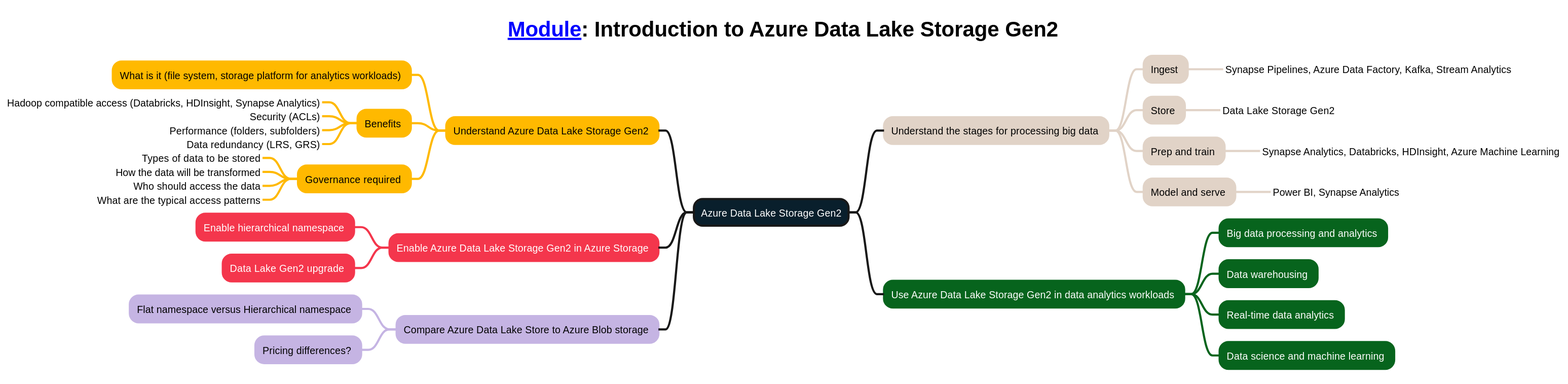
The PlantUML diagram mindmaps/02-Introduction to Azure Data Lake Storage Gen2.svg in weslbo/dp-203, before a commit.
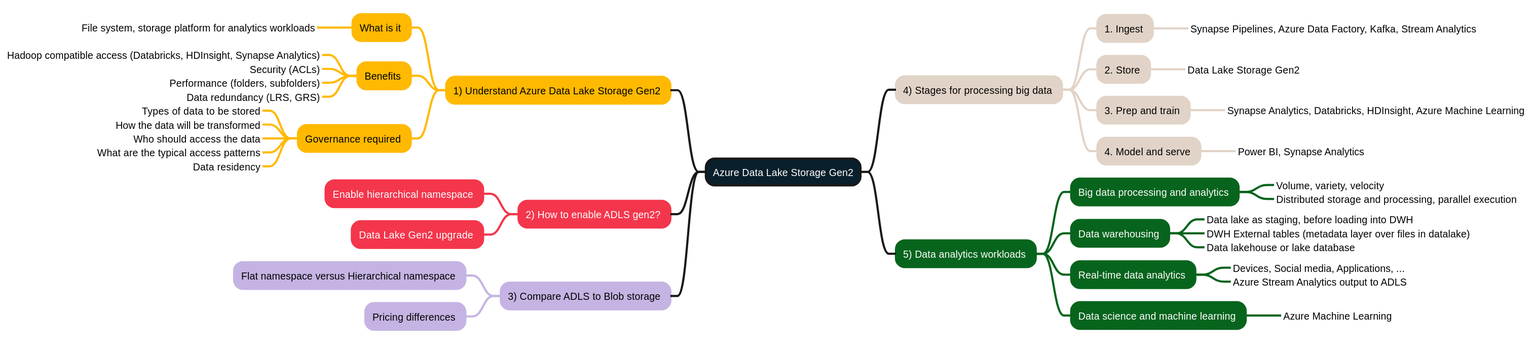
The same diagram one commit later.

Diff of the diagram source:
```diff
@@ -1,51 +1,46 @@
 @startmindmap
 <style>
-title {
-        FontSize 30
-        FontColor #000000
-    }
-mindmapDiagram {
-    :depth(0) {
-        BackgroundColor #091f2c
-        FontColor #ffffff
-        LineThickness 3.0
-    }
-    .topic1 {
-        BackgroundColor #ffb900
-        LineColor #ffb900
-        LineThickness 3.0
-        FontColor #000000
-    }
-    .topic2 {
-        BackgroundColor #f4364c
-        LineColor #f4364c
-        LineThickness 3.0
-        FontColor #ffffff
-    }
-    .topic3 {
-        BackgroundColor #c5b4e3
-        LineColor #c5b4e3
-        LineThickness 3.0
-        FontColor #000000
-    }
-    .topic4 {
-        BackgroundColor #e1d3c7
-        LineColor #e1d3c7
-        LineThickness 3.0
-        FontColor #000000
-    }
-    .topic5 {
-        BackgroundColor #07641d
-        LineColor #07641d
-        LineThickness 3.0
-        FontColor #ffffff
-    }
+
+:depth(0) {
+    BackgroundColor #091f2c
+    FontColor #ffffff
+    LineThickness 3.0
+}
+.topic1 {
+    BackgroundColor #ffb900
+    LineColor #ffb900
+    LineThickness 3.0
+    FontColor #000000
+}
+.topic2 {
+    BackgroundColor #f4364c
+    LineColor #f4364c
+    LineThickness 3.0
+    FontColor #ffffff
+}
+.topic3 {
+    BackgroundColor #c5b4e3
+    LineColor #c5b4e3
+    LineThickness 3.0
+    FontColor #000000
+}
+.topic4 {
+    BackgroundColor #e1d3c7
+    LineColor #e1d3c7
+    LineThickness 3.0
+    FontColor #000000
+}
+.topic5 {
+    BackgroundColor #07641d
+    LineColor #07641d
+    LineThickness 3.0
+    FontColor #ffffff
 }
 </style>
-title [[https://learn.microsoft.com/training/modules/introduction-to-azure-data-lake-storage Module]]: Introduction to Azure Data Lake Storage Gen2
 + Azure Data Lake Storage Gen2
--- Understand Azure Data Lake Storage Gen2 <<topic1>>
---- What is it (file system, storage platform for analytics workloads) <<topic1>>
+-- 1) Understand Azure Data Lake Storage Gen2 <<topic1>>
+--- What is it <<topic1>>
+----_ File system, storage platform for analytics workloads
 --- Benefits <<topic1>>
 ----_ Hadoop compatible access (Databricks, HDInsight, Synapse Analytics)
 ----_ Security (ACLs)
@@ -56,24 +51,33 @@
 ----_ How the data will be transformed
 ----_ Who should access the data
 ----_ What are the typical access patterns
--- Enable Azure Data Lake Storage Gen2 in Azure Storage <<topic2>>
+----_ Data residency
+-- 2) How to enable ADLS gen2? <<topic2>>
 --- Enable hierarchical namespace <<topic2>>
 --- Data Lake Gen2 upgrade <<topic2>>
--- Compare Azure Data Lake Store to Azure Blob storage <<topic3>>
+-- 3) Compare ADLS to Blob storage <<topic3>>
 --- Flat namespace versus Hierarchical namespace <<topic3>>
---- Pricing differences? <<topic3>>
-++ Understand the stages for processing big data <<topic4>>
-+++ Ingest <<topic4>>
+--- Pricing differences <<topic3>>
+++ 4) Stages for processing big data <<topic4>>
++++ 1. Ingest <<topic4>>
 ++++_ Synapse Pipelines, Azure Data Factory, Kafka, Stream Analytics
-+++ Store <<topic4>>
++++ 2. Store <<topic4>>
 ++++_ Data Lake Storage Gen2
-+++ Prep and train <<topic4>>
++++ 3. Prep and train <<topic4>>
 ++++_ Synapse Analytics, Databricks, HDInsight, Azure Machine Learning
-+++ Model and serve <<topic4>>
++++ 4. Model and serve <<topic4>>
 ++++_ Power BI, Synapse Analytics
-++ Use Azure Data Lake Storage Gen2 in data analytics workloads <<topic5>>
+++ 5) Data analytics workloads <<topic5>>
 +++ Big data processing and analytics <<topic5>>
+++++_ Volume, variety, velocity
+++++_ Distributed storage and processing, parallel execution
 +++ Data warehousing <<topic5>>
+++++_ Data lake as staging, before loading into DWH
+++++_ DWH External tables (metadata layer over files in datalake)
+++++_ Data lakehouse or lake database
 +++ Real-time data analytics <<topic5>>
+++++_ Devices, Social media, Applications, ...
+++++_ Azure Stream Analytics output to ADLS
 +++ Data science and machine learning <<topic5>>
+++++_ Azure Machine Learning
 @endmindmap
```
